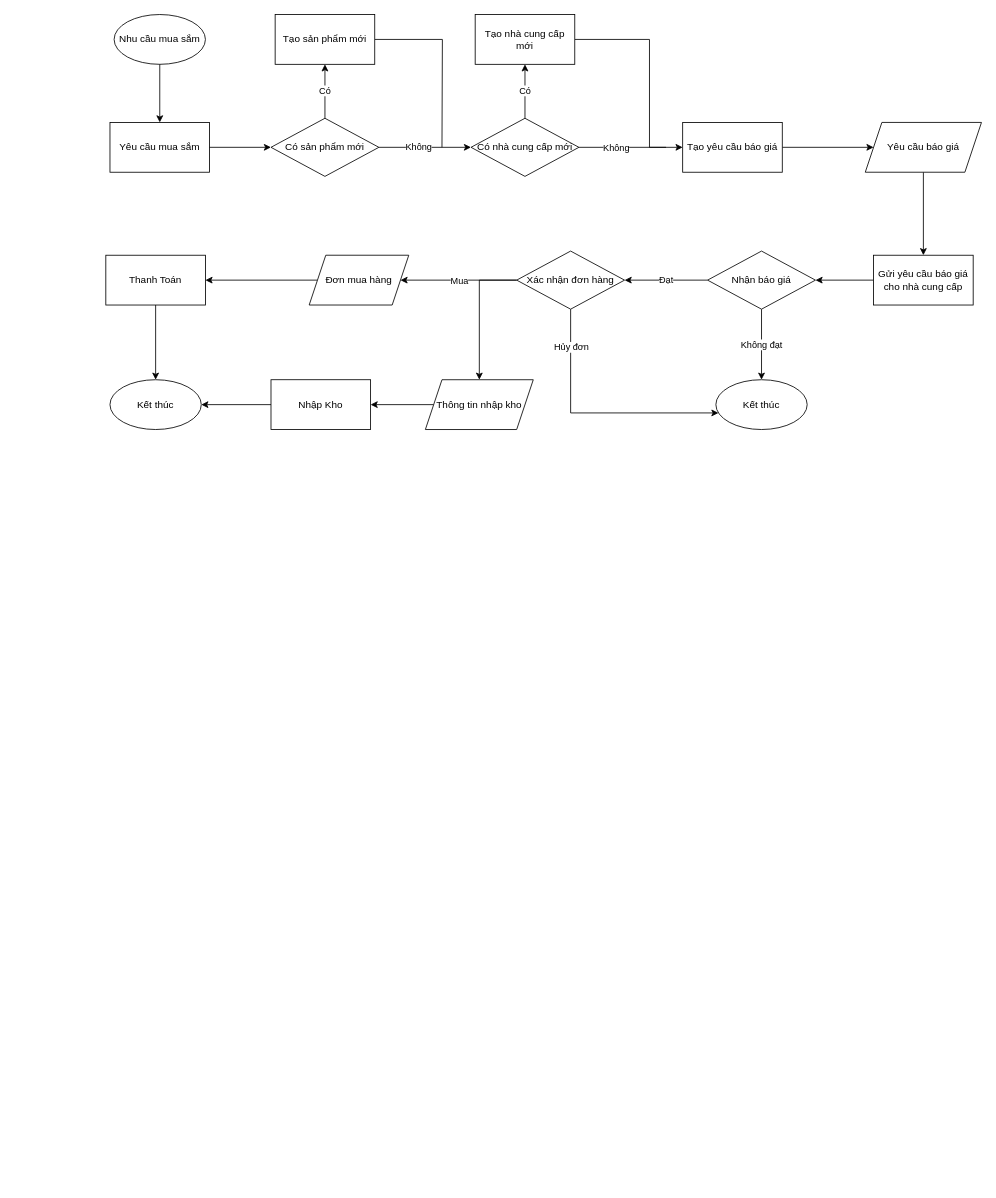
The draw.io diagram MuaHangOdoo.drawio in nguyenvu16102001/weblt.github.io, before the edit. Source tidied: cells renumbered, new cells numbered last; positions are measured from the earlier drawing's top-left corner, leaving out a move shared by most shapes. Both pictures are drawn from the tidied source at 83%, with x=0, y=0 at pixel (105, 14).
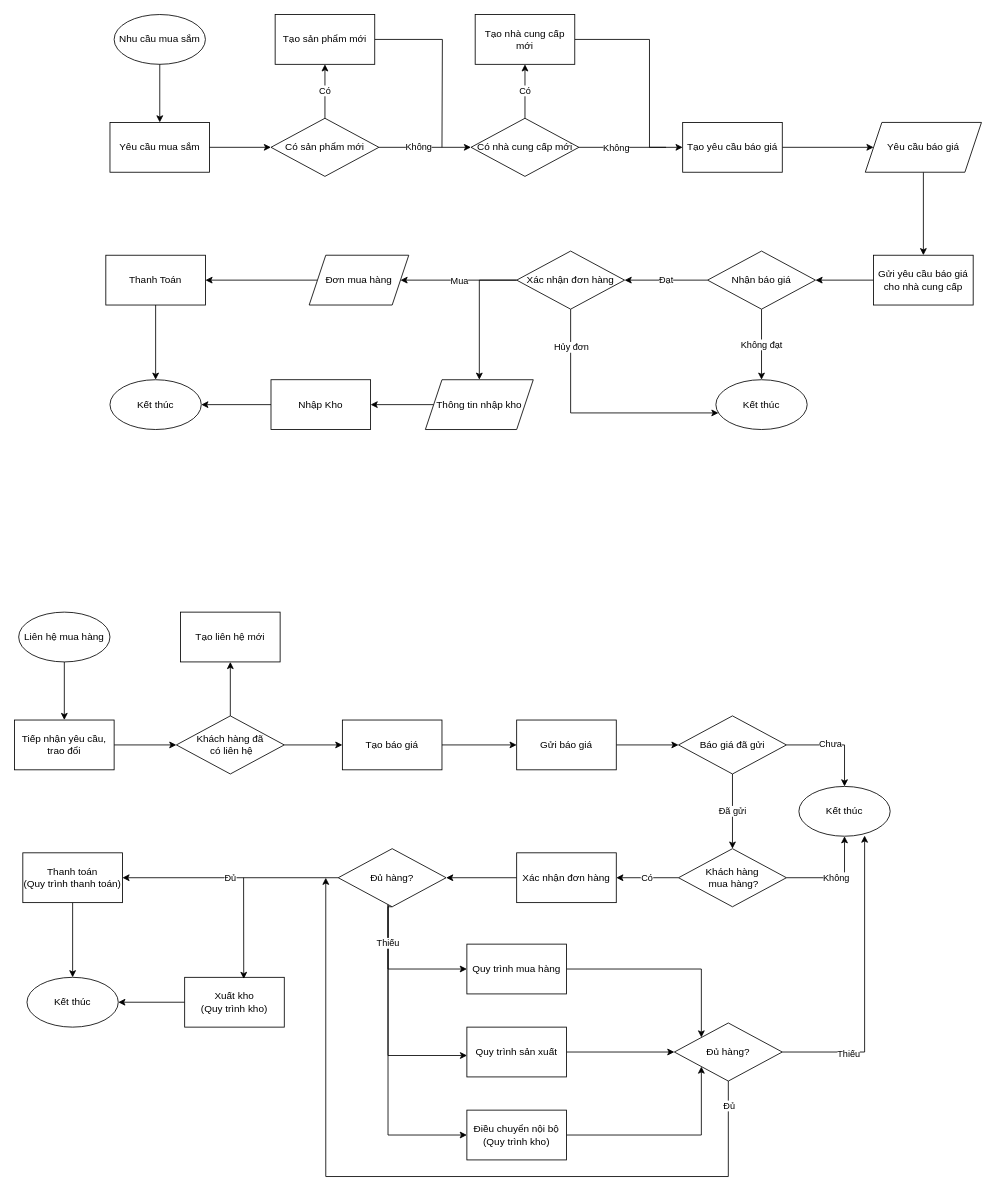
After the change.

The edit, as a diff of the source:
```diff
@@
+    <mxCell id="42" style="edgeStyle=orthogonalEdgeStyle;rounded=0;jettySize=auto;html=1;endArrow=classic;endFill=1;" parent="1" edge="1" source="43" target="63">
+      <mxGeometry relative="1" as="geometry" />
+    </mxCell>
+    <mxCell id="43" value="Liên hệ mua hàng" style="ellipse;whiteSpace=wrap;html=1;" parent="1" vertex="1">
+      <mxGeometry x="-105" y="720" width="110" height="60" as="geometry" />
+    </mxCell>
+    <mxCell id="44" style="edgeStyle=orthogonalEdgeStyle;rounded=0;jettySize=auto;html=1;endArrow=classic;endFill=1;entryX=0;entryY=0.5;entryDx=0;entryDy=0;" parent="1" edge="1" source="45" target="47">
+      <mxGeometry relative="1" as="geometry" />
+    </mxCell>
+    <mxCell id="45" value="Tạo báo giá" style="rounded=0;whiteSpace=wrap;html=1;" parent="1" vertex="1">
+      <mxGeometry x="285" y="850" width="120" height="60" as="geometry" />
+    </mxCell>
+    <mxCell id="46" style="edgeStyle=orthogonalEdgeStyle;rounded=0;jettySize=auto;html=1;endArrow=classic;endFill=1;" parent="1" edge="1" source="47" target="51">
+      <mxGeometry relative="1" as="geometry" />
+    </mxCell>
+    <mxCell id="47" value="Gửi báo giá" style="rounded=0;whiteSpace=wrap;html=1;" parent="1" vertex="1">
+      <mxGeometry x="495" y="850" width="120" height="60" as="geometry" />
+    </mxCell>
+    <mxCell id="48" style="edgeStyle=orthogonalEdgeStyle;rounded=0;jettySize=auto;html=1;endArrow=classic;endFill=1;" parent="1" edge="1" source="51" target="56">
+      <mxGeometry relative="1" as="geometry" />
+    </mxCell>
+    <mxCell id="49" value="Chưa" style="edgeLabel;html=1;align=center;verticalAlign=middle;" parent="48" vertex="1">
+      <mxGeometry x="-0.15" y="2" relative="1" as="geometry">
+        <mxPoint x="1" as="offset" />
+      </mxGeometry>
+    </mxCell>
+    <mxCell id="50" value="Đã gửi" style="edgeStyle=orthogonalEdgeStyle;rounded=0;jettySize=auto;html=1;endArrow=classic;endFill=1;" parent="1" edge="1" source="51" target="54">
+      <mxGeometry relative="1" as="geometry" />
+    </mxCell>
+    <mxCell id="51" value="Báo giá đã gửi" style="rhombus;whiteSpace=wrap;html=1;" parent="1" vertex="1">
+      <mxGeometry x="690" y="845" width="130" height="70" as="geometry" />
+    </mxCell>
+    <mxCell id="52" value="Không" style="edgeStyle=orthogonalEdgeStyle;rounded=0;jettySize=auto;html=1;entryX=0.5;entryY=1;entryDx=0;entryDy=0;endArrow=classic;endFill=1;" parent="1" edge="1" source="54" target="56">
+      <mxGeometry relative="1" as="geometry" />
+    </mxCell>
+    <mxCell id="53" value="Có" style="edgeStyle=orthogonalEdgeStyle;rounded=0;jettySize=auto;html=1;endArrow=classic;endFill=1;" parent="1" edge="1" source="54" target="69">
+      <mxGeometry relative="1" as="geometry" />
+    </mxCell>
+    <mxCell id="54" value="Khách hàng&lt;br&gt;&amp;nbsp;mua hàng?" style="rhombus;whiteSpace=wrap;html=1;" parent="1" vertex="1">
+      <mxGeometry x="690" y="1005" width="130" height="70" as="geometry" />
+    </mxCell>
+    <mxCell id="55" value="Đủ" style="edgeStyle=orthogonalEdgeStyle;rounded=0;jettySize=auto;html=1;endArrow=classic;endFill=1;" parent="1" edge="1" source="73" target="61">
+      <mxGeometry relative="1" as="geometry" />
+    </mxCell>
+    <mxCell id="56" value="Kết thúc" style="ellipse;whiteSpace=wrap;html=1;" parent="1" vertex="1">
+      <mxGeometry x="835" y="930" width="110" height="60" as="geometry" />
+    </mxCell>
+    <mxCell id="57" style="edgeStyle=orthogonalEdgeStyle;rounded=0;jettySize=auto;html=1;endArrow=classic;endFill=1;" parent="1" edge="1" source="58" target="59">
+      <mxGeometry relative="1" as="geometry" />
+    </mxCell>
+    <mxCell id="58" value="Xuất kho&lt;br&gt;(Quy trình kho)" style="rounded=0;whiteSpace=wrap;html=1;" parent="1" vertex="1">
+      <mxGeometry x="95" y="1160" width="120" height="60" as="geometry" />
+    </mxCell>
+    <mxCell id="59" value="Kết thúc" style="ellipse;whiteSpace=wrap;html=1;" parent="1" vertex="1">
+      <mxGeometry x="-95" y="1160" width="110" height="60" as="geometry" />
+    </mxCell>
+    <mxCell id="60" style="edgeStyle=orthogonalEdgeStyle;rounded=0;jettySize=auto;html=1;endArrow=classic;endFill=1;" parent="1" edge="1" source="61" target="59">
+      <mxGeometry relative="1" as="geometry" />
+    </mxCell>
+    <mxCell id="61" value="Thanh toán&lt;br&gt;(Quy trình thanh toán)" style="rounded=0;whiteSpace=wrap;html=1;" parent="1" vertex="1">
+      <mxGeometry x="-100" y="1010" width="120" height="60" as="geometry" />
+    </mxCell>
+    <mxCell id="62" style="edgeStyle=orthogonalEdgeStyle;rounded=0;jettySize=auto;html=1;endArrow=classic;endFill=1;" parent="1" edge="1" source="63" target="66">
+      <mxGeometry relative="1" as="geometry" />
+    </mxCell>
+    <mxCell id="63" value="Tiếp nhận yêu cầu, trao đổi" style="rounded=0;whiteSpace=wrap;html=1;" parent="1" vertex="1">
+      <mxGeometry x="-110" y="850" width="120" height="60" as="geometry" />
+    </mxCell>
+    <mxCell id="64" style="edgeStyle=orthogonalEdgeStyle;rounded=0;jettySize=auto;html=1;endArrow=classic;endFill=1;" parent="1" edge="1" source="66" target="67">
+      <mxGeometry relative="1" as="geometry" />
+    </mxCell>
+    <mxCell id="65" style="edgeStyle=orthogonalEdgeStyle;rounded=0;jettySize=auto;html=1;endArrow=classic;endFill=1;" parent="1" edge="1" source="66" target="45">
+      <mxGeometry relative="1" as="geometry" />
+    </mxCell>
+    <mxCell id="66" value="Khách hàng đã&lt;br&gt;&amp;nbsp;có liên hệ" style="rhombus;whiteSpace=wrap;html=1;" parent="1" vertex="1">
+      <mxGeometry x="85" y="845" width="130" height="70" as="geometry" />
+    </mxCell>
+    <mxCell id="67" value="Tạo liên hệ mới" style="rounded=0;whiteSpace=wrap;html=1;" parent="1" vertex="1">
+      <mxGeometry x="90" y="720" width="120" height="60" as="geometry" />
+    </mxCell>
+    <mxCell id="68" style="edgeStyle=orthogonalEdgeStyle;rounded=0;jettySize=auto;html=1;endArrow=classic;endFill=1;" parent="1" edge="1" source="69" target="73">
+      <mxGeometry relative="1" as="geometry" />
+    </mxCell>
+    <mxCell id="69" value="Xác nhận đơn hàng" style="rounded=0;whiteSpace=wrap;html=1;" parent="1" vertex="1">
+      <mxGeometry x="495" y="1010" width="120" height="60" as="geometry" />
+    </mxCell>
+    <mxCell id="70" style="edgeStyle=orthogonalEdgeStyle;rounded=0;jettySize=auto;html=1;exitX=0.5;exitY=1;exitDx=0;exitDy=0;entryX=0;entryY=0.5;entryDx=0;entryDy=0;endArrow=classic;endFill=1;" parent="1" edge="1" source="73" target="75">
+      <mxGeometry relative="1" as="geometry">
+        <Array as="points">
+          <mxPoint x="340" y="1150" />
+        </Array>
+      </mxGeometry>
+    </mxCell>
+    <mxCell id="71" style="edgeStyle=orthogonalEdgeStyle;rounded=0;jettySize=auto;html=1;entryX=0.002;entryY=0.57;entryDx=0;entryDy=0;entryPerimeter=0;endArrow=classic;endFill=1;" parent="1" edge="1" source="73" target="77">
+      <mxGeometry relative="1" as="geometry">
+        <Array as="points">
+          <mxPoint x="340" y="1254" />
+        </Array>
+      </mxGeometry>
+    </mxCell>
+    <mxCell id="72" value="Thiếu" style="edgeStyle=orthogonalEdgeStyle;rounded=0;jettySize=auto;html=1;entryX=0;entryY=0.5;entryDx=0;entryDy=0;endArrow=classic;endFill=1;" parent="1" edge="1" source="73" target="79">
+      <mxGeometry x="-0.74" relative="1" as="geometry">
+        <Array as="points">
+          <mxPoint x="340" y="1350" />
+        </Array>
+        <mxPoint y="-1" as="offset" />
+      </mxGeometry>
+    </mxCell>
+    <mxCell id="73" value="Đủ hàng?" style="rhombus;whiteSpace=wrap;html=1;" parent="1" vertex="1">
+      <mxGeometry x="280" y="1005" width="130" height="70" as="geometry" />
+    </mxCell>
+    <mxCell id="74" style="edgeStyle=orthogonalEdgeStyle;rounded=0;jettySize=auto;html=1;entryX=0;entryY=0;entryDx=0;entryDy=0;endArrow=classic;endFill=1;" parent="1" edge="1" source="75" target="85">
+      <mxGeometry relative="1" as="geometry" />
+    </mxCell>
+    <mxCell id="75" value="Quy trình mua hàng" style="rounded=0;whiteSpace=wrap;html=1;" parent="1" vertex="1">
+      <mxGeometry x="435" y="1120" width="120" height="60" as="geometry" />
+    </mxCell>
+    <mxCell id="76" style="edgeStyle=orthogonalEdgeStyle;rounded=0;jettySize=auto;html=1;entryX=0;entryY=0.5;entryDx=0;entryDy=0;endArrow=classic;endFill=1;" parent="1" edge="1" source="77" target="85">
+      <mxGeometry relative="1" as="geometry" />
+    </mxCell>
+    <mxCell id="77" value="Quy trình sản xuất" style="rounded=0;whiteSpace=wrap;html=1;" parent="1" vertex="1">
+      <mxGeometry x="435" y="1220" width="120" height="60" as="geometry" />
+    </mxCell>
+    <mxCell id="78" style="edgeStyle=orthogonalEdgeStyle;rounded=0;jettySize=auto;html=1;entryX=0;entryY=1;entryDx=0;entryDy=0;endArrow=classic;endFill=1;" parent="1" edge="1" source="79" target="85">
+      <mxGeometry relative="1" as="geometry" />
+    </mxCell>
+    <mxCell id="79" value="Điều chuyển nội bộ&lt;br&gt;(Quy trình kho)" style="rounded=0;whiteSpace=wrap;html=1;" parent="1" vertex="1">
+      <mxGeometry x="435" y="1320" width="120" height="60" as="geometry" />
+    </mxCell>
+    <mxCell id="80" style="endArrow=classic;html=1;rounded=0;entryX=0.593;entryY=0.033;entryDx=0;entryDy=0;entryPerimeter=0;" parent="1" edge="1" target="58">
+      <mxGeometry relative="1" as="geometry">
+        <mxPoint x="166" y="1040" as="sourcePoint" />
+      </mxGeometry>
+    </mxCell>
+    <mxCell id="81" style="edgeStyle=orthogonalEdgeStyle;rounded=0;jettySize=auto;html=1;endArrow=classic;endFill=1;" parent="1" edge="1" source="85">
+      <mxGeometry relative="1" as="geometry">
+        <mxPoint x="265" y="1040" as="targetPoint" />
+        <Array as="points">
+          <mxPoint x="750" y="1400" />
+          <mxPoint x="265" y="1400" />
+        </Array>
+      </mxGeometry>
+    </mxCell>
+    <mxCell id="82" value="Đủ" style="edgeLabel;html=1;align=center;verticalAlign=middle;" parent="81" vertex="1">
+      <mxGeometry x="-0.94" relative="1" as="geometry" />
+    </mxCell>
+    <mxCell id="83" style="edgeStyle=orthogonalEdgeStyle;rounded=0;jettySize=auto;html=1;entryX=0.72;entryY=0.987;entryDx=0;entryDy=0;entryPerimeter=0;endArrow=classic;endFill=1;" parent="1" edge="1" source="85" target="56">
+      <mxGeometry relative="1" as="geometry">
+        <Array as="points">
+          <mxPoint x="914" y="1250" />
+        </Array>
+      </mxGeometry>
+    </mxCell>
+    <mxCell id="84" value="Thiếu" style="edgeLabel;html=1;align=center;verticalAlign=middle;" parent="83" vertex="1">
+      <mxGeometry x="-0.56" y="-2" relative="1" as="geometry" />
+    </mxCell>
+    <mxCell id="85" value="Đủ hàng?" style="rhombus;whiteSpace=wrap;html=1;" parent="1" vertex="1">
+      <mxGeometry x="685" y="1215" width="130" height="70" as="geometry" />
+    </mxCell>
```
